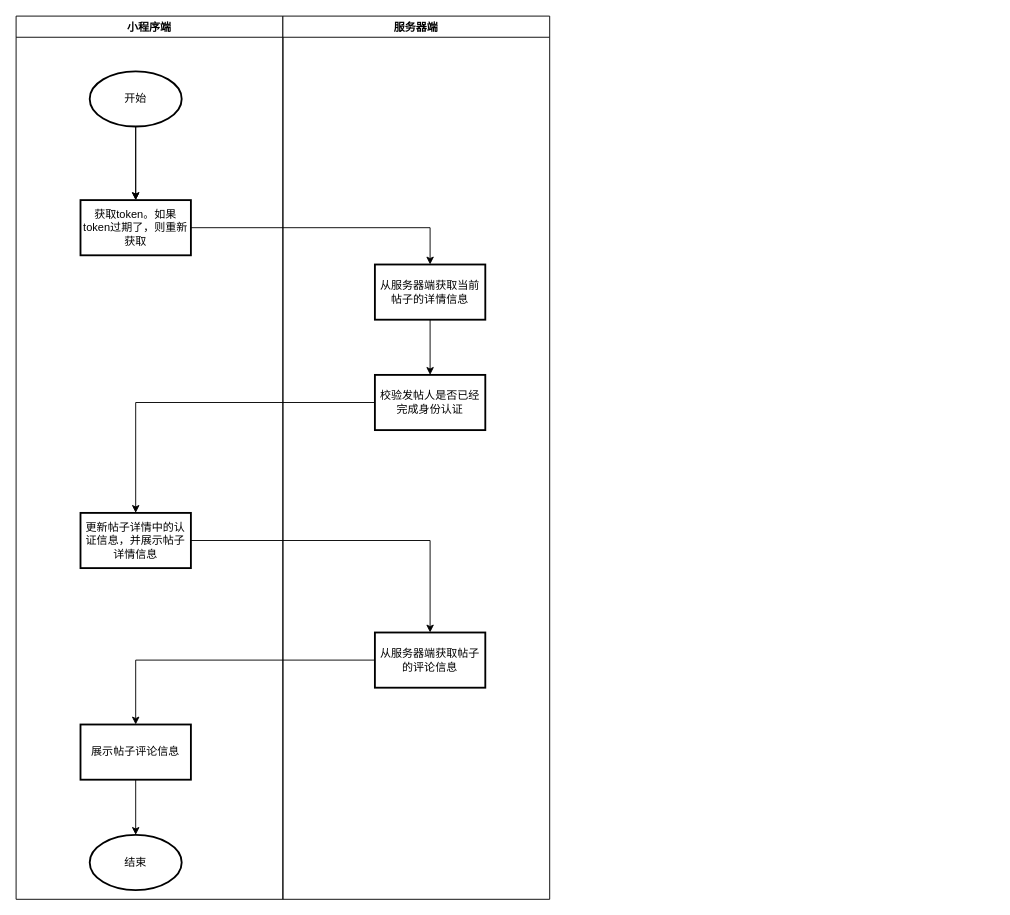
Before: page "页面监听加载" (1 of 2) of tietie/postdetail.drawio in Zhou-Ru-Xuan/drawio-workplace, a draw.io diagram. Source tidied: cells renumbered, new cells numbered last; positions are measured from the earlier drawing's top-left corner, leaving out a move shared by most shapes. Both pictures are drawn from the tidied source at 92%, with x=0, y=0 at pixel (16, 16).
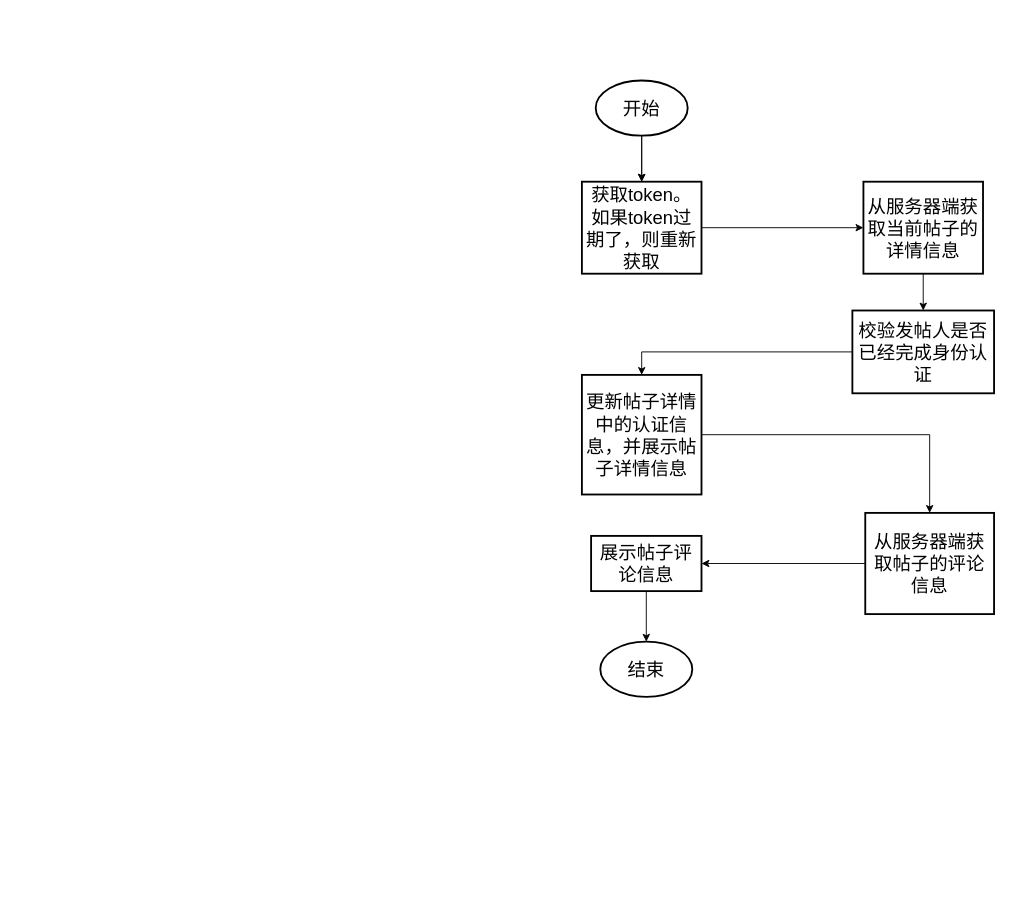
The same page after the edit.

Diff of the diagram source:
```diff
@@
 <mxGraphModel>
   <root>
     <mxCell id="0" />
     <mxCell id="1" parent="0" />
-    <mxCell id="2" style="edgeStyle=orthogonalEdgeStyle;rounded=0;jettySize=auto;html=1;" parent="1" edge="1" source="8" target="16">
+    <mxCell id="2" style="edgeStyle=orthogonalEdgeStyle;rounded=0;jettySize=auto;html=1;fontFamily=宋体;fontSize=20;" parent="1" edge="1" source="8" target="16">
       <mxGeometry relative="1" as="geometry" />
     </mxCell>
-    <mxCell id="3" style="edgeStyle=orthogonalEdgeStyle;rounded=0;jettySize=auto;html=1;" parent="1" edge="1" source="17" target="11">
+    <mxCell id="3" style="edgeStyle=orthogonalEdgeStyle;rounded=0;jettySize=auto;html=1;fontFamily=宋体;fontSize=20;entryX=0.5;entryY=0;entryDx=0;entryDy=0;" parent="1" edge="1" source="17" target="11">
       <mxGeometry relative="1" as="geometry" />
     </mxCell>
-    <mxCell id="4" style="edgeStyle=orthogonalEdgeStyle;rounded=0;jettySize=auto;html=1;" parent="1" edge="1" source="11" target="19">
+    <mxCell id="4" style="edgeStyle=orthogonalEdgeStyle;rounded=0;jettySize=auto;html=1;fontFamily=宋体;fontSize=20;" parent="1" edge="1" source="11" target="19">
       <mxGeometry relative="1" as="geometry" />
     </mxCell>
-    <mxCell id="5" style="edgeStyle=orthogonalEdgeStyle;rounded=0;jettySize=auto;html=1;" parent="1" edge="1" source="19" target="12">
+    <mxCell id="5" style="edgeStyle=orthogonalEdgeStyle;rounded=0;jettySize=auto;html=1;fontFamily=宋体;fontSize=20;" parent="1" edge="1" source="19" target="12">
       <mxGeometry relative="1" as="geometry" />
     </mxCell>
-    <mxCell id="6" value="小程序端" style="swimlane;" parent="1" vertex="1">
-      <mxGeometry width="290" height="960" as="geometry" />
-    </mxCell>
-    <mxCell id="7" value="开始" style="strokeWidth=2;html=1;shape=mxgraph.flowchart.start_1;whiteSpace=wrap;" parent="6" vertex="1">
-      <mxGeometry x="80" y="60" width="100" height="60" as="geometry" />
+    <mxCell id="7" value="开始" style="strokeWidth=2;html=1;shape=mxgraph.flowchart.start_1;whiteSpace=wrap;fontFamily=宋体;fontSize=20;" parent="1" vertex="1">
+      <mxGeometry x="630" y="70" width="100" height="60" as="geometry" />
     </mxCell>
-    <mxCell id="8" value="获取token。如果token过期了，则重新获取" style="whiteSpace=wrap;html=1;strokeWidth=2;" parent="6" vertex="1">
-      <mxGeometry x="70" y="200" width="120" height="60" as="geometry" />
+    <mxCell id="8" value="获取token。如果token过期了，则重新获取" style="whiteSpace=wrap;html=1;strokeWidth=2;fontFamily=宋体;fontSize=20;" parent="1" vertex="1">
+      <mxGeometry x="615" y="180" width="130" height="100" as="geometry" />
     </mxCell>
-    <mxCell id="9" style="edgeStyle=orthogonalEdgeStyle;rounded=0;jettySize=auto;html=1;" parent="6" edge="1" source="7" target="8">
+    <mxCell id="9" style="edgeStyle=orthogonalEdgeStyle;rounded=0;jettySize=auto;html=1;fontFamily=宋体;fontSize=20;" parent="1" edge="1" source="7" target="8">
       <mxGeometry relative="1" as="geometry" />
     </mxCell>
-    <mxCell id="10" style="edgeStyle=orthogonalEdgeStyle;rounded=0;jettySize=auto;html=1;" parent="6" edge="1" source="7" target="8">
+    <mxCell id="10" style="edgeStyle=orthogonalEdgeStyle;rounded=0;jettySize=auto;html=1;fontFamily=宋体;fontSize=20;" parent="1" edge="1" source="7" target="8">
       <mxGeometry relative="1" as="geometry" />
     </mxCell>
-    <mxCell id="11" value="更新帖子详情中的认证信息，并展示帖子详情信息" style="whiteSpace=wrap;html=1;strokeWidth=2;" parent="6" vertex="1">
-      <mxGeometry x="70" y="540" width="120" height="60" as="geometry" />
+    <mxCell id="11" value="更新帖子详情中的认证信息，并展示帖子详情信息" style="whiteSpace=wrap;html=1;strokeWidth=2;fontFamily=宋体;fontSize=20;" parent="1" vertex="1">
+      <mxGeometry x="615" y="390" width="130" height="130" as="geometry" />
     </mxCell>
-    <mxCell id="12" value="展示帖子评论信息" style="whiteSpace=wrap;html=1;strokeWidth=2;" parent="6" vertex="1">
-      <mxGeometry x="70" y="770" width="120" height="60" as="geometry" />
+    <mxCell id="12" value="展示帖子评论信息" style="whiteSpace=wrap;html=1;strokeWidth=2;fontFamily=宋体;fontSize=20;" parent="1" vertex="1">
+      <mxGeometry x="625" y="565" width="120" height="60" as="geometry" />
     </mxCell>
-    <mxCell id="13" value="结束" style="strokeWidth=2;html=1;shape=mxgraph.flowchart.start_1;whiteSpace=wrap;" parent="6" vertex="1">
-      <mxGeometry x="80" y="890" width="100" height="60" as="geometry" />
+    <mxCell id="13" value="结束" style="strokeWidth=2;html=1;shape=mxgraph.flowchart.start_1;whiteSpace=wrap;fontFamily=宋体;fontSize=20;" parent="1" vertex="1">
+      <mxGeometry x="635" y="680" width="100" height="60" as="geometry" />
     </mxCell>
-    <mxCell id="14" style="edgeStyle=orthogonalEdgeStyle;rounded=0;jettySize=auto;html=1;exitX=0.5;exitY=1;exitDx=0;exitDy=0;entryX=0.5;entryY=0;entryDx=0;entryDy=0;entryPerimeter=0;" parent="6" edge="1" source="12" target="13">
+    <mxCell id="14" style="edgeStyle=orthogonalEdgeStyle;rounded=0;jettySize=auto;html=1;exitX=0.5;exitY=1;exitDx=0;exitDy=0;entryX=0.5;entryY=0;entryDx=0;entryDy=0;entryPerimeter=0;fontFamily=宋体;fontSize=20;" parent="1" edge="1" source="12" target="13">
       <mxGeometry relative="1" as="geometry" />
     </mxCell>
-    <mxCell id="15" value="服务器端" style="swimlane;" parent="1" vertex="1">
-      <mxGeometry x="290" width="290" height="960" as="geometry" />
-    </mxCell>
-    <mxCell id="16" value="从服务器端获取当前帖子的详情信息" style="whiteSpace=wrap;html=1;strokeWidth=2;" parent="15" vertex="1">
-      <mxGeometry x="100" y="270" width="120" height="60" as="geometry" />
+    <mxCell id="16" value="从服务器端获取当前帖子的详情信息" style="whiteSpace=wrap;html=1;strokeWidth=2;fontFamily=宋体;fontSize=20;" parent="1" vertex="1">
+      <mxGeometry x="921" y="180" width="130" height="100" as="geometry" />
     </mxCell>
-    <mxCell id="17" value="校验发帖人是否已经完成身份认证" style="whiteSpace=wrap;html=1;strokeWidth=2;" parent="15" vertex="1">
-      <mxGeometry x="100" y="390" width="120" height="60" as="geometry" />
+    <mxCell id="17" value="校验发帖人是否已经完成身份认证" style="whiteSpace=wrap;html=1;strokeWidth=2;fontFamily=宋体;fontSize=20;" parent="1" vertex="1">
+      <mxGeometry x="909" y="320" width="154" height="90" as="geometry" />
     </mxCell>
-    <mxCell id="18" style="edgeStyle=orthogonalEdgeStyle;rounded=0;jettySize=auto;html=1;" parent="15" edge="1" source="16" target="17">
+    <mxCell id="18" style="edgeStyle=orthogonalEdgeStyle;rounded=0;jettySize=auto;html=1;fontFamily=宋体;fontSize=20;" parent="1" edge="1" source="16" target="17">
       <mxGeometry relative="1" as="geometry" />
     </mxCell>
-    <mxCell id="19" value="从服务器端获取帖子的评论信息" style="whiteSpace=wrap;html=1;strokeWidth=2;" parent="15" vertex="1">
-      <mxGeometry x="100" y="670" width="120" height="60" as="geometry" />
+    <mxCell id="19" value="从服务器端获取帖子的评论信息" style="whiteSpace=wrap;html=1;strokeWidth=2;fontFamily=宋体;fontSize=20;" parent="1" vertex="1">
+      <mxGeometry x="923" y="540" width="140" height="110" as="geometry" />
     </mxCell>
   </root>
 </mxGraphModel>
```
